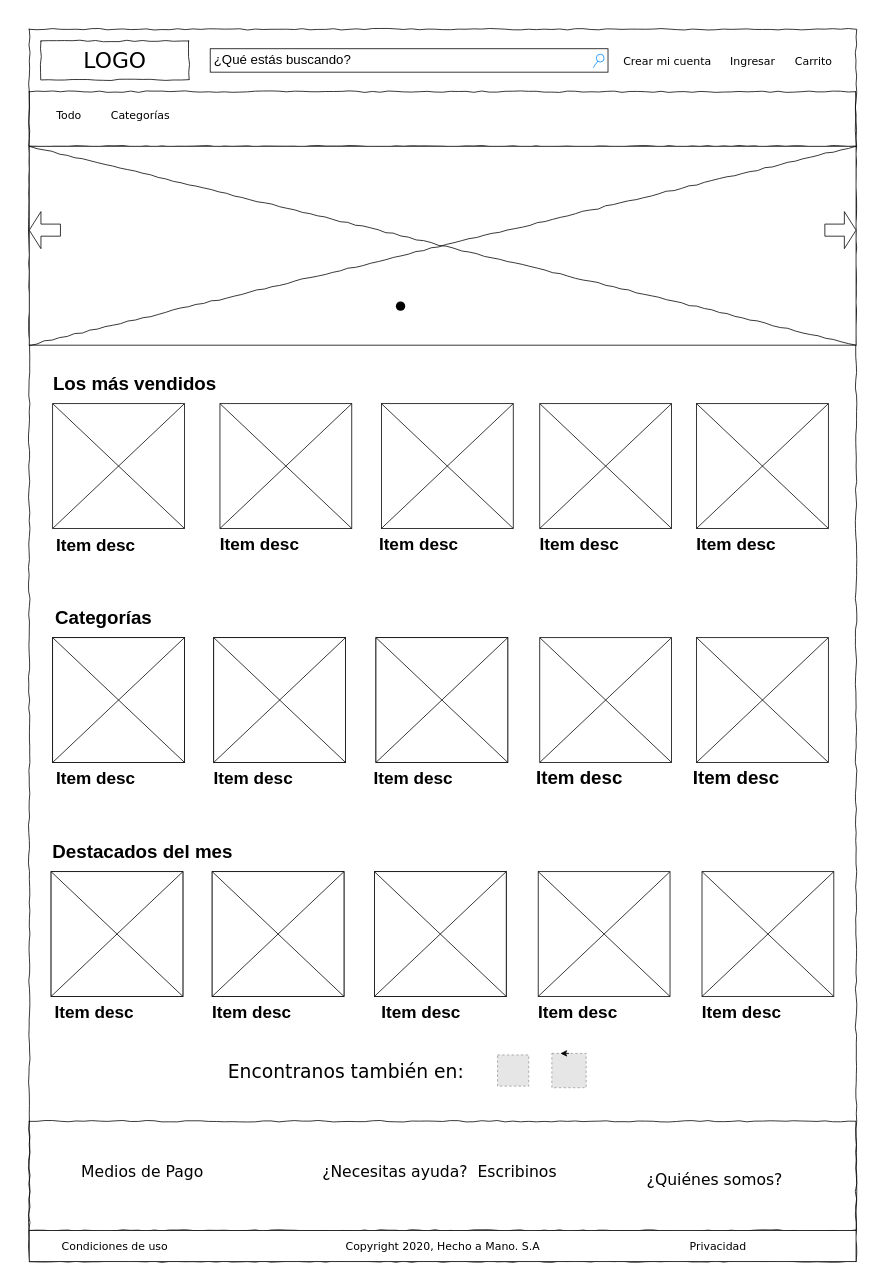
The draw.io diagram page "Page-1" (1 of 2) of Untitled Diagram.drawio in CarliFP/grupo_1_hechoAmano, before the edit. Source tidied: cells renumbered, new cells numbered last; positions are measured from the earlier drawing's top-left corner, leaving out a move shared by most shapes. Both pictures are drawn from the tidied source at 78%, with x=0, y=0 at pixel (29, 29). Pictures stored in the file or linked from it are replaced by grey dashed boxes.
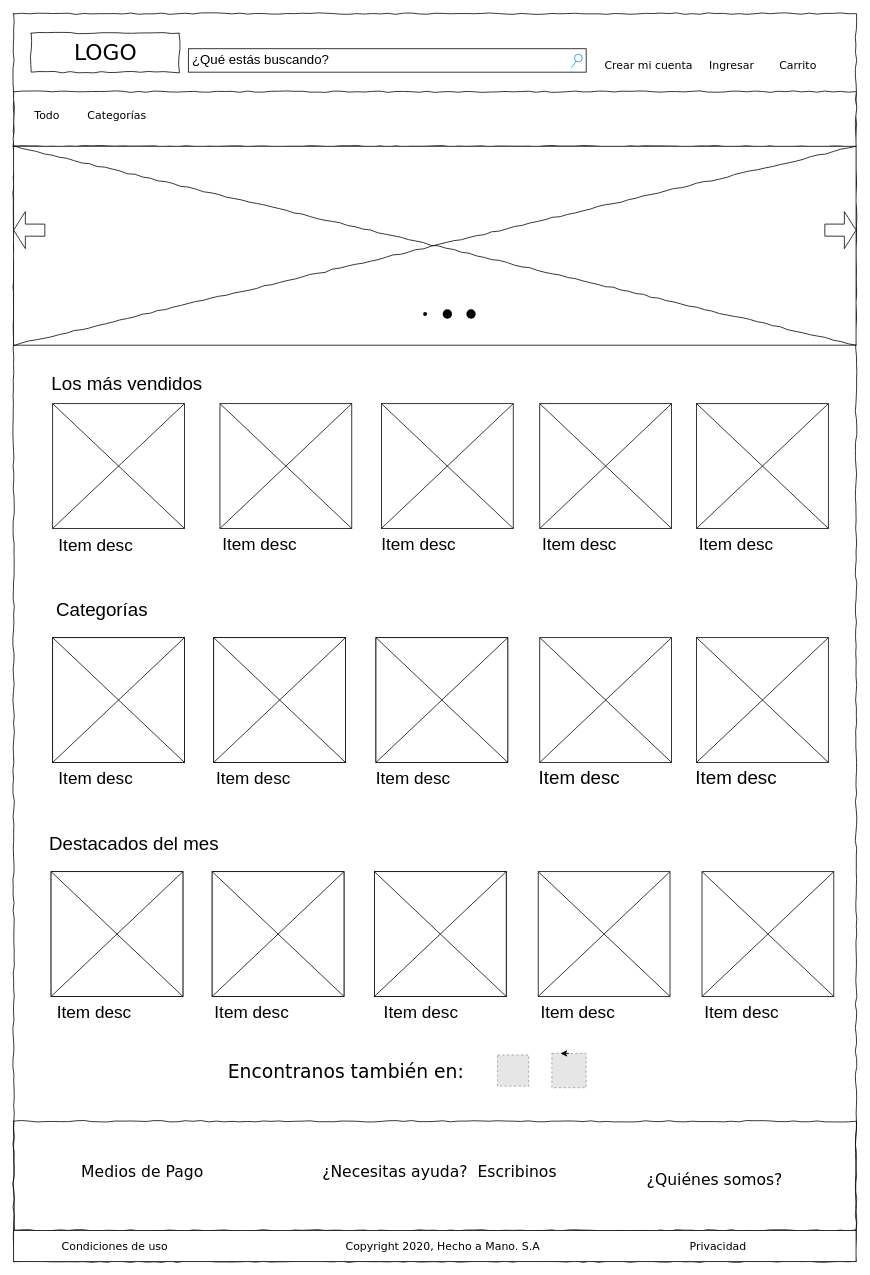
Above is the later version.

Change to the diagram source:
```diff
@@
-    <mxCell id="2" style="whiteSpace=wrap;html=1;rounded=0;shadow=0;labelBackgroundColor=none;strokeWidth=1;fillColor=none;fontFamily=Verdana;fontSize=12;align=center;comic=1;" parent="1" vertex="1">
-      <mxGeometry width="1060" height="1580" as="geometry" />
+    <mxCell id="2" style="whiteSpace=wrap;html=1;rounded=0;shadow=0;labelBackgroundColor=none;strokeWidth=1;fontFamily=Verdana;fontSize=12;align=center;comic=1;" parent="1" vertex="1">
+      <mxGeometry x="-20" y="-20" width="1080" height="1600" as="geometry" />
     </mxCell>
     <mxCell id="3" value="LOGO" style="whiteSpace=wrap;html=1;rounded=0;shadow=0;labelBackgroundColor=none;strokeWidth=1;fontFamily=Verdana;fontSize=28;align=center;comic=1;" parent="1" vertex="1">
-      <mxGeometry x="15" y="15" width="190" height="50" as="geometry" />
+      <mxGeometry x="2.5" y="5" width="190" height="50" as="geometry" />
     </mxCell>
     <mxCell id="4" value="¿Qué estás buscando?" style="strokeWidth=1;shadow=0;dashed=0;align=center;html=1;shape=mxgraph.mockup.forms.searchBox;mainText=;strokeColor2=#008cff;fontSize=17;align=left;spacingLeft=3;rounded=0;labelBackgroundColor=none;comic=1;" parent="1" vertex="1">
-      <mxGeometry x="232" y="25" width="510" height="30" as="geometry" />
+      <mxGeometry x="204" y="25" width="510" height="30" as="geometry" />
     </mxCell>
     <mxCell id="5" value="Crear mi cuenta&lt;br&gt;" style="text;html=1;align=left;verticalAlign=top;spacingTop=-4;fontSize=14;fontFamily=Verdana;" parent="1" vertex="1">
-      <mxGeometry x="760" y="30" width="120" height="20" as="geometry" />
+      <mxGeometry x="735.5" y="35" width="120" height="20" as="geometry" />
     </mxCell>
     <mxCell id="6" value="Ingresar&lt;br&gt;" style="text;html=1;align=left;verticalAlign=top;spacingTop=-4;fontSize=14;fontFamily=Verdana;" parent="1" vertex="1">
-      <mxGeometry x="897.2" y="30" width="60" height="20" as="geometry" />
+      <mxGeometry x="870" y="35" width="60" height="20" as="geometry" />
     </mxCell>
     <mxCell id="7" value="Carrito" style="text;html=1;align=left;verticalAlign=top;spacingTop=-4;fontSize=14;fontFamily=Verdana;" parent="1" vertex="1">
-      <mxGeometry x="980" y="30" width="60" height="20" as="geometry" />
+      <mxGeometry x="960" y="35" width="60" height="20" as="geometry" />
     </mxCell>
-    <mxCell id="8" style="whiteSpace=wrap;html=1;rounded=0;shadow=0;labelBackgroundColor=none;strokeWidth=1;fillColor=none;fontFamily=Verdana;fontSize=12;align=center;comic=1;" parent="1" vertex="1">
-      <mxGeometry y="80" width="1060" height="70" as="geometry" />
+    <mxCell id="8" style="whiteSpace=wrap;html=1;rounded=0;shadow=0;labelBackgroundColor=none;strokeWidth=1;fontFamily=Verdana;fontSize=12;align=center;comic=1;" parent="1" vertex="1">
+      <mxGeometry x="-20" y="80" width="1080" height="70" as="geometry" />
     </mxCell>
     <mxCell id="9" value="&lt;font style=&quot;font-size: 14px&quot;&gt;Todo&lt;/font&gt;" style="text;html=1;align=left;verticalAlign=top;spacingTop=-4;fontSize=14;fontFamily=Verdana;" parent="1" vertex="1">
-      <mxGeometry x="32.5" y="100" width="60" height="20" as="geometry" />
+      <mxGeometry x="5" y="100" width="60" height="20" as="geometry" />
     </mxCell>
     <mxCell id="10" value="Categorías&amp;nbsp;" style="text;html=1;align=left;verticalAlign=top;spacingTop=-4;fontSize=14;fontFamily=Verdana;" parent="1" vertex="1">
-      <mxGeometry x="102.5" y="100" width="60" height="20" as="geometry" />
+      <mxGeometry x="72.5" y="100" width="60" height="20" as="geometry" />
     </mxCell>
     <mxCell id="11" style="verticalLabelPosition=bottom;shadow=0;dashed=0;align=center;html=1;verticalAlign=top;strokeWidth=1;shape=mxgraph.mockup.graphics.simpleIcon;rounded=0;labelBackgroundColor=none;fontFamily=Verdana;fontSize=14;comic=1;" parent="1" vertex="1">
-      <mxGeometry y="150" width="1060" height="255" as="geometry" />
+      <mxGeometry x="-20" y="150" width="1080" height="255" as="geometry" />
     </mxCell>
     <mxCell id="12" style="shape=singleArrow;direction=west;whiteSpace=wrap;html=1;arrowWidth=0.3263157894736842;arrowSize=0.375;" parent="1" vertex="1">
-      <mxGeometry y="233.8" width="40" height="47.5" as="geometry" />
+      <mxGeometry x="-20" y="233.8" width="40" height="47.5" as="geometry" />
     </mxCell>
@@
     <mxCell id="14" style="verticalLabelPosition=bottom;shadow=0;dashed=0;align=center;html=1;verticalAlign=top;strokeWidth=1;shape=mxgraph.mockup.navigation.pageControl;" parent="1" vertex="1">
-      <mxGeometry x="470" y="325" width="120" height="60" as="geometry" />
+      <mxGeometry x="505" y="335" width="50" height="60" as="geometry" />
     </mxCell>
@@
-    <mxCell id="20" value="Los más vendidos" style="text;strokeColor=none;fillColor=none;html=1;fontSize=24;fontStyle=1;verticalAlign=middle;align=center;" parent="1" vertex="1">
-      <mxGeometry x="15" y="430" width="240" height="50" as="geometry" />
+    <mxCell id="20" value="&lt;span style=&quot;font-weight: normal&quot;&gt;Los más vendidos&lt;/span&gt;" style="text;strokeColor=none;fillColor=none;html=1;fontSize=24;fontStyle=1;verticalAlign=middle;align=center;" parent="1" vertex="1">
+      <mxGeometry x="5" y="430" width="240" height="50" as="geometry" />
     </mxCell>
-    <mxCell id="21" value="&lt;h3&gt;&lt;font style=&quot;font-size: 22px&quot;&gt;Item desc&lt;/font&gt;&lt;/h3&gt;" style="text;strokeColor=none;fillColor=none;html=1;fontSize=24;fontStyle=1;verticalAlign=middle;align=center;" parent="1" vertex="1">
+    <mxCell id="21" value="&lt;h3&gt;&lt;font style=&quot;font-size: 22px ; font-weight: normal&quot;&gt;Item desc&lt;/font&gt;&lt;/h3&gt;" style="text;strokeColor=none;fillColor=none;html=1;fontSize=24;fontStyle=1;verticalAlign=middle;align=center;" parent="1" vertex="1">
       <mxGeometry x="34.5" y="640" width="100" height="40" as="geometry" />
     </mxCell>
-    <mxCell id="22" value="&lt;font style=&quot;font-size: 22px&quot;&gt;Item desc&lt;/font&gt;" style="text;strokeColor=none;fillColor=none;html=1;fontSize=24;fontStyle=1;verticalAlign=middle;align=center;" parent="1" vertex="1">
+    <mxCell id="22" value="&lt;font style=&quot;font-size: 22px ; font-weight: normal&quot;&gt;Item desc&lt;/font&gt;" style="text;strokeColor=none;fillColor=none;html=1;fontSize=24;fontStyle=1;verticalAlign=middle;align=center;" parent="1" vertex="1">
       <mxGeometry x="244.5" y="640" width="100" height="40" as="geometry" />
     </mxCell>
-    <mxCell id="23" value="&lt;font style=&quot;font-size: 22px&quot;&gt;Item desc&lt;/font&gt;" style="text;strokeColor=none;fillColor=none;html=1;fontSize=24;fontStyle=1;verticalAlign=middle;align=center;" parent="1" vertex="1">
+    <mxCell id="23" value="&lt;font style=&quot;font-size: 22px ; font-weight: normal&quot;&gt;Item desc&lt;/font&gt;" style="text;strokeColor=none;fillColor=none;html=1;fontSize=24;fontStyle=1;verticalAlign=middle;align=center;" parent="1" vertex="1">
       <mxGeometry x="448.5" y="640" width="100" height="40" as="geometry" />
     </mxCell>
-    <mxCell id="24" value="&lt;font style=&quot;font-size: 22px&quot;&gt;Item desc&lt;/font&gt;" style="text;strokeColor=none;fillColor=none;html=1;fontSize=24;fontStyle=1;verticalAlign=middle;align=center;" parent="1" vertex="1">
+    <mxCell id="24" value="&lt;font style=&quot;font-size: 22px ; font-weight: normal&quot;&gt;Item desc&lt;/font&gt;" style="text;strokeColor=none;fillColor=none;html=1;fontSize=24;fontStyle=1;verticalAlign=middle;align=center;" parent="1" vertex="1">
       <mxGeometry x="654.5" y="640" width="100" height="40" as="geometry" />
     </mxCell>
-    <mxCell id="25" value="&lt;font style=&quot;font-size: 22px&quot;&gt;Item desc&lt;/font&gt;" style="text;strokeColor=none;fillColor=none;html=1;fontSize=24;fontStyle=1;verticalAlign=middle;align=center;" parent="1" vertex="1">
+    <mxCell id="25" value="&lt;font style=&quot;font-size: 22px ; font-weight: normal&quot;&gt;Item desc&lt;/font&gt;" style="text;strokeColor=none;fillColor=none;html=1;fontSize=24;fontStyle=1;verticalAlign=middle;align=center;" parent="1" vertex="1">
       <mxGeometry x="855.5" y="640" width="100" height="40" as="geometry" />
     </mxCell>
@@
-    <mxCell id="29" value="Categorías" style="text;strokeColor=none;fillColor=none;html=1;fontSize=24;fontStyle=1;verticalAlign=middle;align=center;" parent="1" vertex="1">
-      <mxGeometry x="30" y="730" width="130" height="50" as="geometry" />
+    <mxCell id="29" value="&lt;span style=&quot;font-weight: normal&quot;&gt;Categorías&lt;/span&gt;" style="text;strokeColor=none;fillColor=none;html=1;fontSize=24;fontStyle=1;verticalAlign=middle;align=center;" parent="1" vertex="1">
+      <mxGeometry x="28" y="720" width="130" height="50" as="geometry" />
     </mxCell>
@@
-    <mxCell id="31" value="&lt;font style=&quot;font-size: 22px&quot;&gt;Item desc&lt;/font&gt;" style="text;strokeColor=none;fillColor=none;html=1;fontSize=24;fontStyle=1;verticalAlign=middle;align=center;" parent="1" vertex="1">
+    <mxCell id="31" value="&lt;font style=&quot;font-size: 22px ; font-weight: normal&quot;&gt;Item desc&lt;/font&gt;" style="text;strokeColor=none;fillColor=none;html=1;fontSize=24;fontStyle=1;verticalAlign=middle;align=center;" parent="1" vertex="1">
       <mxGeometry x="34.5" y="940" width="100" height="40" as="geometry" />
     </mxCell>
@@
-    <mxCell id="33" value="&lt;font style=&quot;font-size: 22px&quot;&gt;Item desc&lt;/font&gt;" style="text;strokeColor=none;fillColor=none;html=1;fontSize=24;fontStyle=1;verticalAlign=middle;align=center;" parent="1" vertex="1">
+    <mxCell id="33" value="&lt;font style=&quot;font-size: 22px ; font-weight: normal&quot;&gt;Item desc&lt;/font&gt;" style="text;strokeColor=none;fillColor=none;html=1;fontSize=24;fontStyle=1;verticalAlign=middle;align=center;" parent="1" vertex="1">
       <mxGeometry x="236.5" y="940" width="100" height="40" as="geometry" />
     </mxCell>
-    <mxCell id="34" value="&lt;font style=&quot;font-size: 22px&quot;&gt;Item desc&lt;/font&gt;" style="text;strokeColor=none;fillColor=none;html=1;fontSize=24;fontStyle=1;verticalAlign=middle;align=center;" parent="1" vertex="1">
+    <mxCell id="34" value="&lt;font style=&quot;font-size: 22px ; font-weight: normal&quot;&gt;Item desc&lt;/font&gt;" style="text;strokeColor=none;fillColor=none;html=1;fontSize=24;fontStyle=1;verticalAlign=middle;align=center;" parent="1" vertex="1">
       <mxGeometry x="441.5" y="940" width="100" height="40" as="geometry" />
     </mxCell>
-    <mxCell id="35" value="Item desc" style="text;strokeColor=none;fillColor=none;html=1;fontSize=24;fontStyle=1;verticalAlign=middle;align=center;" parent="1" vertex="1">
+    <mxCell id="35" value="&lt;span style=&quot;font-weight: normal&quot;&gt;Item desc&lt;/span&gt;" style="text;strokeColor=none;fillColor=none;html=1;fontSize=24;fontStyle=1;verticalAlign=middle;align=center;" parent="1" vertex="1">
       <mxGeometry x="654.5" y="940" width="100" height="40" as="geometry" />
     </mxCell>
-    <mxCell id="36" value="Item desc" style="text;strokeColor=none;fillColor=none;html=1;fontSize=24;fontStyle=1;verticalAlign=middle;align=center;" parent="1" vertex="1">
+    <mxCell id="36" value="&lt;span style=&quot;font-weight: normal&quot;&gt;Item desc&lt;/span&gt;" style="text;strokeColor=none;fillColor=none;html=1;fontSize=24;fontStyle=1;verticalAlign=middle;align=center;" parent="1" vertex="1">
       <mxGeometry x="855.5" y="940" width="100" height="40" as="geometry" />
     </mxCell>
@@
-    <mxCell id="43" value="Destacados del mes" style="text;strokeColor=none;fillColor=none;html=1;fontSize=24;fontStyle=1;verticalAlign=middle;align=center;" parent="1" vertex="1">
-      <mxGeometry x="80" y="1030" width="130" height="50" as="geometry" />
+    <mxCell id="43" value="&lt;span style=&quot;font-weight: normal&quot;&gt;Destacados del mes&lt;/span&gt;" style="text;strokeColor=none;fillColor=none;html=1;fontSize=24;fontStyle=1;verticalAlign=middle;align=center;" parent="1" vertex="1">
+      <mxGeometry x="69" y="1020" width="130" height="50" as="geometry" />
     </mxCell>
@@
-    <mxCell id="45" value="&lt;font style=&quot;font-size: 22px&quot;&gt;Item desc&lt;/font&gt;" style="text;strokeColor=none;fillColor=none;html=1;fontSize=24;fontStyle=1;verticalAlign=middle;align=center;" parent="1" vertex="1">
+    <mxCell id="45" value="&lt;font style=&quot;font-size: 22px ; font-weight: normal&quot;&gt;Item desc&lt;/font&gt;" style="text;strokeColor=none;fillColor=none;html=1;fontSize=24;fontStyle=1;verticalAlign=middle;align=center;" parent="1" vertex="1">
       <mxGeometry x="32.5" y="1240" width="100" height="40" as="geometry" />
     </mxCell>
@@
-    <mxCell id="47" value="&lt;font style=&quot;font-size: 22px&quot;&gt;Item desc&lt;/font&gt;" style="text;strokeColor=none;fillColor=none;html=1;fontSize=24;fontStyle=1;verticalAlign=middle;align=center;" parent="1" vertex="1">
+    <mxCell id="47" value="&lt;font style=&quot;font-size: 22px ; font-weight: normal&quot;&gt;Item desc&lt;/font&gt;" style="text;strokeColor=none;fillColor=none;html=1;fontSize=24;fontStyle=1;verticalAlign=middle;align=center;" parent="1" vertex="1">
       <mxGeometry x="234.5" y="1240" width="100" height="40" as="geometry" />
     </mxCell>
-    <mxCell id="48" value="&lt;font style=&quot;font-size: 22px&quot;&gt;Item desc&lt;/font&gt;" style="text;strokeColor=none;fillColor=none;html=1;fontSize=24;fontStyle=1;verticalAlign=middle;align=center;" parent="1" vertex="1">
+    <mxCell id="48" value="&lt;font style=&quot;font-size: 22px ; font-weight: normal&quot;&gt;Item desc&lt;/font&gt;" style="text;strokeColor=none;fillColor=none;html=1;fontSize=24;fontStyle=1;verticalAlign=middle;align=center;" parent="1" vertex="1">
       <mxGeometry x="451.5" y="1240" width="100" height="40" as="geometry" />
     </mxCell>
-    <mxCell id="49" value="&lt;font style=&quot;font-size: 22px&quot;&gt;Item desc&lt;/font&gt;" style="text;strokeColor=none;fillColor=none;html=1;fontSize=24;fontStyle=1;verticalAlign=middle;align=center;" parent="1" vertex="1">
+    <mxCell id="49" value="&lt;font style=&quot;font-size: 22px ; font-weight: normal&quot;&gt;Item desc&lt;/font&gt;" style="text;strokeColor=none;fillColor=none;html=1;fontSize=24;fontStyle=1;verticalAlign=middle;align=center;" parent="1" vertex="1">
       <mxGeometry x="652.5" y="1240" width="100" height="40" as="geometry" />
     </mxCell>
-    <mxCell id="50" value="&lt;font style=&quot;font-size: 22px&quot;&gt;Item desc&lt;/font&gt;" style="text;strokeColor=none;fillColor=none;html=1;fontSize=24;fontStyle=1;verticalAlign=middle;align=center;" parent="1" vertex="1">
+    <mxCell id="50" value="&lt;font style=&quot;font-size: 22px ; font-weight: normal&quot;&gt;Item desc&lt;/font&gt;" style="text;strokeColor=none;fillColor=none;html=1;fontSize=24;fontStyle=1;verticalAlign=middle;align=center;" parent="1" vertex="1">
       <mxGeometry x="862.5" y="1240" width="100" height="40" as="geometry" />
     </mxCell>
@@
     <mxCell id="54" style="whiteSpace=wrap;html=1;rounded=0;shadow=0;labelBackgroundColor=none;strokeWidth=1;fillColor=none;fontFamily=Verdana;fontSize=12;align=center;comic=1;" parent="1" vertex="1">
-      <mxGeometry y="1400" width="1060" height="140" as="geometry" />
+      <mxGeometry x="-20" y="1400" width="1080" height="140" as="geometry" />
     </mxCell>
@@
     <mxCell id="61" style="rounded=0;whiteSpace=wrap;html=1;" parent="1" vertex="1">
-      <mxGeometry y="1540" width="1060" height="40" as="geometry" />
+      <mxGeometry x="-20" y="1540" width="1080" height="40" as="geometry" />
     </mxCell>
@@
+    <mxCell id="66" style="verticalLabelPosition=bottom;shadow=0;dashed=0;align=center;html=1;verticalAlign=top;strokeWidth=1;shape=mxgraph.mockup.navigation.pageControl;fontStyle=1;" parent="1" vertex="1">
+      <mxGeometry x="530" y="335" width="120" height="60" as="geometry" />
+    </mxCell>
+    <mxCell id="67" style="verticalLabelPosition=bottom;shadow=0;dashed=0;align=center;html=1;verticalAlign=top;strokeWidth=1;shape=mxgraph.mockup.navigation.pageControl;" parent="1" vertex="1">
+      <mxGeometry x="560.4" y="335" width="120" height="60" as="geometry" />
+    </mxCell>
```
